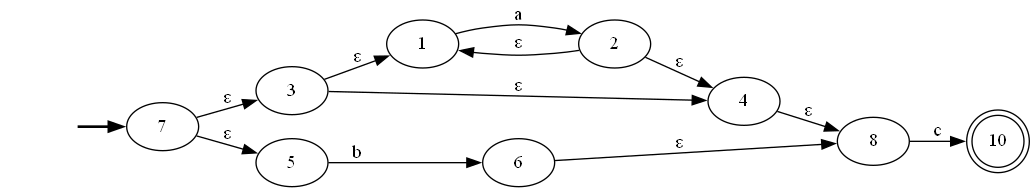
The Graphviz diagram Resultados/AFN.gv.png in bar20807/CompiladorProyect, before a commit. Its source is kept beside it as Resultados/AFN.gv. Its diagram source:
```dot
digraph AFN {
	graph [rankdir=LR]
	fake [style=invisible]
	fake -> 7 [style=bold]
	7 [root=true]
	3
	7 -> 3 [label="ε"]
	5
	7 -> 5 [label="ε"]
	3
	1
	3 -> 1 [label="ε"]
	4
	3 -> 4 [label="ε"]
	5
	6
	5 -> 6 [label=b]
	1
	2
	1 -> 2 [label=a]
	4
	8
	4 -> 8 [label="ε"]
	6
	6 -> 8 [label="ε"]
	2
	2 -> 1 [label="ε"]
	2 -> 4 [label="ε"]
	8
	10
	8 -> 10 [label=c]
	10 [shape=doublecircle]
}
```
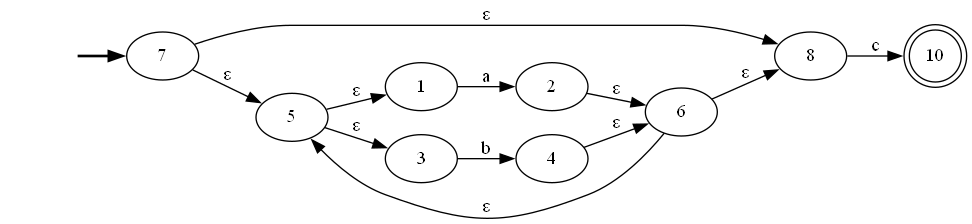
The same file after the commit.

Change to the diagram source:
```diff
@@ -3,31 +3,31 @@
 	fake [style=invisible]
 	fake -> 7 [style=bold]
 	7 [root=true]
-	3
-	7 -> 3 [label="ε"]
+	8
+	7 -> 8 [label="ε"]
 	5
 	7 -> 5 [label="ε"]
+	8
+	10
+	8 -> 10 [label=c]
+	5
+	1
+	5 -> 1 [label="ε"]
 	3
-	1
-	3 -> 1 [label="ε"]
-	4
-	3 -> 4 [label="ε"]
-	5
-	6
-	5 -> 6 [label=b]
+	5 -> 3 [label="ε"]
+	10 [shape=doublecircle]
 	1
 	2
 	1 -> 2 [label=a]
+	3
 	4
-	8
-	4 -> 8 [label="ε"]
+	3 -> 4 [label=b]
+	2
+	6
+	2 -> 6 [label="ε"]
+	4
+	4 -> 6 [label="ε"]
 	6
 	6 -> 8 [label="ε"]
-	2
-	2 -> 1 [label="ε"]
-	2 -> 4 [label="ε"]
-	8
-	10
-	8 -> 10 [label=c]
-	10 [shape=doublecircle]
+	6 -> 5 [label="ε"]
 }
```
